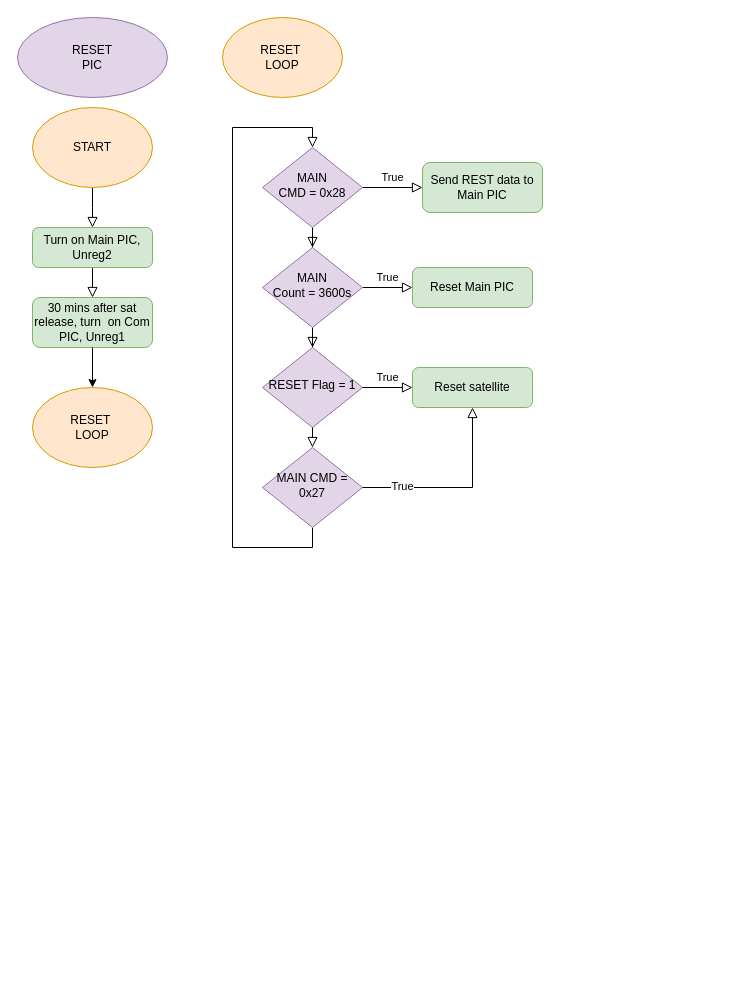
This is page "MAIN-PIC" (3 of 4) of Diagrams/pic_operations.drawio from BIRDSOpenSource/BIRDSRP-OBC, a draw.io file, before an edit. Source tidied: cells renumbered, new cells numbered last; positions are measured from the earlier drawing's top-left corner, leaving out a move shared by most shapes. Both pictures are drawn from the tidied source at 100%, with x=0, y=0 at pixel (17, 17).
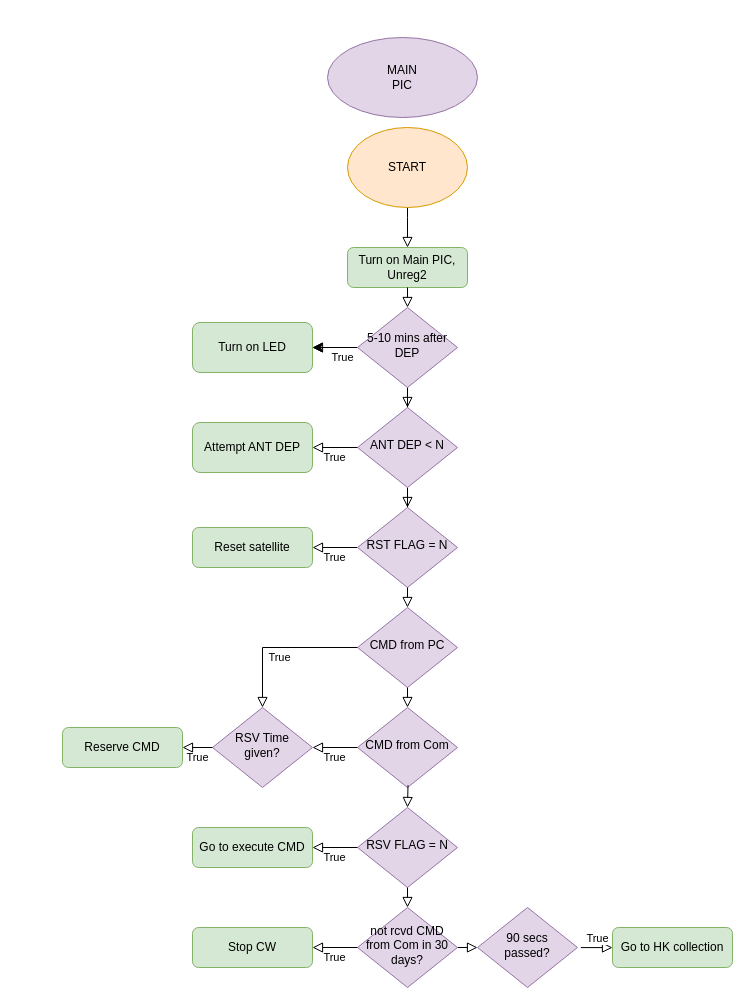
The same diagram, later.

The edit, as a diff of the source:
```diff
@@
-    <mxCell id="2" style="rounded=0;html=1;jettySize=auto;fontSize=11;endArrow=block;endFill=0;endSize=8;strokeWidth=1;shadow=0;labelBackgroundColor=none;edgeStyle=orthogonalEdgeStyle;exitX=0.5;exitY=1;exitDx=0;exitDy=0;entryX=0.5;entryY=0;entryDx=0;entryDy=0;" parent="1" edge="1" source="8" target="6">
+    <mxCell id="2" style="rounded=0;html=1;jettySize=auto;fontSize=11;endArrow=block;endFill=0;endSize=8;strokeWidth=1;shadow=0;labelBackgroundColor=none;edgeStyle=orthogonalEdgeStyle;exitX=0.5;exitY=1;exitDx=0;exitDy=0;" parent="1" edge="1" source="8">
       <mxGeometry relative="1" as="geometry">
+        <mxPoint x="390" y="230" as="targetPoint" />
         <Array as="points">
-          <mxPoint x="75" y="190" />
-          <mxPoint x="75" y="190" />
+          <mxPoint x="390" y="200" />
+          <mxPoint x="390" y="200" />
         </Array>
       </mxGeometry>
     </mxCell>
-    <mxCell id="3" style="edgeStyle=orthogonalEdgeStyle;rounded=0;html=1;jettySize=auto;fontSize=11;endArrow=block;endFill=0;endSize=8;strokeWidth=1;shadow=0;labelBackgroundColor=none;exitX=0.5;exitY=1;exitDx=0;exitDy=0;entryX=0.5;entryY=0;entryDx=0;entryDy=0;" parent="1" edge="1" source="6" target="4">
-      <mxGeometry y="10" relative="1" as="geometry" />
-    </mxCell>
-    <mxCell id="4" value="30 mins after sat release, turn&amp;nbsp; on Com PIC, Unreg1" style="rounded=1;whiteSpace=wrap;html=1;fontSize=12;glass=0;strokeWidth=1;shadow=0;fillColor=#d5e8d4;strokeColor=#82b366;" parent="1" vertex="1">
-      <mxGeometry x="15" y="280" width="120" height="50" as="geometry" />
+    <mxCell id="4" value="&lt;div&gt;Turn on LED&lt;/div&gt;" style="rounded=1;whiteSpace=wrap;html=1;fontSize=12;glass=0;strokeWidth=1;shadow=0;fillColor=#d5e8d4;strokeColor=#82b366;" parent="1" vertex="1">
+      <mxGeometry x="175" y="305" width="120" height="50" as="geometry" />
     </mxCell>
-    <mxCell id="5" style="edgeStyle=orthogonalEdgeStyle;rounded=0;jettySize=auto;html=1;exitX=0.5;exitY=1;exitDx=0;exitDy=0;entryX=0.5;entryY=0;entryDx=0;entryDy=0;" parent="1" edge="1" source="4" target="9">
-      <mxGeometry relative="1" as="geometry" />
-    </mxCell>
     <mxCell id="6" value="Turn on Main PIC, Unreg2" style="rounded=1;whiteSpace=wrap;html=1;fontSize=12;glass=0;strokeWidth=1;shadow=0;fillColor=#d5e8d4;strokeColor=#82b366;" parent="1" vertex="1">
-      <mxGeometry x="15" y="210" width="120" height="40" as="geometry" />
+      <mxGeometry x="330" y="230" width="120" height="40" as="geometry" />
     </mxCell>
-    <mxCell id="7" value="RESET&lt;div&gt;PIC&lt;/div&gt;" style="ellipse;whiteSpace=wrap;html=1;fillColor=#e1d5e7;strokeColor=#9673a6;" parent="1" vertex="1">
-      <mxGeometry width="150" height="80" as="geometry" />
+    <mxCell id="7" value="MAIN&lt;div&gt;PIC&lt;/div&gt;" style="ellipse;whiteSpace=wrap;html=1;fillColor=#e1d5e7;strokeColor=#9673a6;" parent="1" vertex="1">
+      <mxGeometry x="310" y="20" width="150" height="80" as="geometry" />
     </mxCell>
     <mxCell id="8" value="START" style="ellipse;whiteSpace=wrap;html=1;fillColor=#ffe6cc;strokeColor=#d79b00;" parent="1" vertex="1">
-      <mxGeometry x="15" y="90" width="120" height="80" as="geometry" />
+      <mxGeometry x="330" y="110" width="120" height="80" as="geometry" />
     </mxCell>
-    <mxCell id="9" value="RESET&amp;nbsp;&lt;div&gt;LOOP&lt;/div&gt;" style="ellipse;whiteSpace=wrap;html=1;fillColor=#ffe6cc;strokeColor=#d79b00;" parent="1" vertex="1">
-      <mxGeometry x="15" y="370" width="120" height="80" as="geometry" />
-    </mxCell>
-    <mxCell id="10" style="rounded=0;html=1;jettySize=auto;fontSize=11;endArrow=block;endFill=0;endSize=8;strokeWidth=1;shadow=0;labelBackgroundColor=none;edgeStyle=orthogonalEdgeStyle;entryX=0.5;entryY=0;entryDx=0;entryDy=0;exitX=0.5;exitY=1;exitDx=0;exitDy=0;" parent="1" edge="1" source="21" target="13">
-      <mxGeometry relative="1" as="geometry">
-        <Array as="points">
-          <mxPoint x="295" y="530" />
-          <mxPoint x="215" y="530" />
-          <mxPoint x="215" y="110" />
-          <mxPoint x="295" y="110" />
-        </Array>
-      </mxGeometry>
-    </mxCell>
@@
-    <mxCell id="12" value="True" style="edgeStyle=orthogonalEdgeStyle;rounded=0;html=1;jettySize=auto;fontSize=11;endArrow=block;endFill=0;endSize=8;strokeWidth=1;shadow=0;labelBackgroundColor=none;" parent="1" edge="1" source="13" target="14">
-      <mxGeometry y="10" relative="1" as="geometry" />
+    <mxCell id="12" value="True" style="edgeStyle=orthogonalEdgeStyle;rounded=0;html=1;jettySize=auto;fontSize=11;endArrow=block;endFill=0;endSize=8;strokeWidth=1;shadow=0;labelBackgroundColor=none;exitX=0;exitY=0.5;exitDx=0;exitDy=0;entryX=1;entryY=0.5;entryDx=0;entryDy=0;" parent="1" edge="1" source="13" target="4">
+      <mxGeometry x="-0.33" y="10" relative="1" as="geometry" />
     </mxCell>
+    <mxCell id="27" style="edgeStyle=none;curved=1;rounded=0;jettySize=auto;html=1;fontSize=12;startSize=8;endSize=8;" parent="1" edge="1" source="13" target="4">
+      <mxGeometry relative="1" as="geometry" />
+    </mxCell>
-    <mxCell id="13" value="&lt;div&gt;MAIN&lt;/div&gt;&lt;div&gt;CMD = 0x28&lt;/div&gt;" style="rhombus;whiteSpace=wrap;html=1;shadow=0;fontFamily=Helvetica;fontSize=12;align=center;strokeWidth=1;spacing=6;spacingTop=-4;fillColor=#e1d5e7;strokeColor=#9673a6;" parent="1" vertex="1">
-      <mxGeometry x="245" y="130" width="100" height="80" as="geometry" />
+    <mxCell id="13" value="&lt;div&gt;5-10 mins after DEP&lt;/div&gt;" style="rhombus;whiteSpace=wrap;html=1;shadow=0;fontFamily=Helvetica;fontSize=12;align=center;strokeWidth=1;spacing=6;spacingTop=-4;fillColor=#e1d5e7;strokeColor=#9673a6;" parent="1" vertex="1">
+      <mxGeometry x="340" y="290" width="100" height="80" as="geometry" />
     </mxCell>
-    <mxCell id="14" value="Send REST data to Main PIC" style="rounded=1;whiteSpace=wrap;html=1;fontSize=12;glass=0;strokeWidth=1;shadow=0;fillColor=#d5e8d4;strokeColor=#82b366;" parent="1" vertex="1">
-      <mxGeometry x="405" y="145" width="120" height="50" as="geometry" />
+    <mxCell id="14" value="&lt;div&gt;Attempt ANT DEP&lt;/div&gt;" style="rounded=1;whiteSpace=wrap;html=1;fontSize=12;glass=0;strokeWidth=1;shadow=0;fillColor=#d5e8d4;strokeColor=#82b366;" parent="1" vertex="1">
+      <mxGeometry x="175" y="405" width="120" height="50" as="geometry" />
     </mxCell>
@@
-    <mxCell id="16" value="True" style="edgeStyle=orthogonalEdgeStyle;rounded=0;html=1;jettySize=auto;fontSize=11;endArrow=block;endFill=0;endSize=8;strokeWidth=1;shadow=0;labelBackgroundColor=none;" parent="1" edge="1" source="17" target="18">
+    <mxCell id="16" value="True" style="edgeStyle=orthogonalEdgeStyle;rounded=0;html=1;jettySize=auto;fontSize=11;endArrow=block;endFill=0;endSize=8;strokeWidth=1;shadow=0;labelBackgroundColor=none;entryX=1;entryY=0.5;entryDx=0;entryDy=0;exitX=0;exitY=0.5;exitDx=0;exitDy=0;" parent="1" edge="1" source="20" target="18">
       <mxGeometry y="10" relative="1" as="geometry" />
     </mxCell>
-    <mxCell id="17" value="&lt;div&gt;MAIN&lt;/div&gt;&lt;div&gt;Count = 3600s&lt;/div&gt;" style="rhombus;whiteSpace=wrap;html=1;shadow=0;fontFamily=Helvetica;fontSize=12;align=center;strokeWidth=1;spacing=6;spacingTop=-4;fillColor=#e1d5e7;strokeColor=#9673a6;" parent="1" vertex="1">
-      <mxGeometry x="245" y="230" width="100" height="80" as="geometry" />
+    <mxCell id="17" value="&lt;div&gt;ANT DEP &amp;lt; N&lt;/div&gt;" style="rhombus;whiteSpace=wrap;html=1;shadow=0;fontFamily=Helvetica;fontSize=12;align=center;strokeWidth=1;spacing=6;spacingTop=-4;fillColor=#e1d5e7;strokeColor=#9673a6;" parent="1" vertex="1">
+      <mxGeometry x="340" y="390" width="100" height="80" as="geometry" />
     </mxCell>
-    <mxCell id="18" value="Reset Main PIC" style="rounded=1;whiteSpace=wrap;html=1;fontSize=12;glass=0;strokeWidth=1;shadow=0;fillColor=#d5e8d4;strokeColor=#82b366;" parent="1" vertex="1">
-      <mxGeometry x="395" y="250" width="120" height="40" as="geometry" />
+    <mxCell id="18" value="&lt;div&gt;Reset satellite&lt;/div&gt;" style="rounded=1;whiteSpace=wrap;html=1;fontSize=12;glass=0;strokeWidth=1;shadow=0;fillColor=#d5e8d4;strokeColor=#82b366;" parent="1" vertex="1">
+      <mxGeometry x="175" y="510" width="120" height="40" as="geometry" />
     </mxCell>
-    <mxCell id="19" value="RESET&amp;nbsp;&lt;div&gt;LOOP&lt;/div&gt;" style="ellipse;whiteSpace=wrap;html=1;fillColor=#ffe6cc;strokeColor=#d79b00;" parent="1" vertex="1">
-      <mxGeometry x="205" width="120" height="80" as="geometry" />
-    </mxCell>
-    <mxCell id="20" value="&lt;div&gt;RESET Flag = 1&lt;/div&gt;" style="rhombus;whiteSpace=wrap;html=1;shadow=0;fontFamily=Helvetica;fontSize=12;align=center;strokeWidth=1;spacing=6;spacingTop=-4;fillColor=#e1d5e7;strokeColor=#9673a6;" parent="1" vertex="1">
-      <mxGeometry x="245" y="330" width="100" height="80" as="geometry" />
+    <mxCell id="20" value="&lt;div&gt;RST FLAG = N&lt;/div&gt;" style="rhombus;whiteSpace=wrap;html=1;shadow=0;fontFamily=Helvetica;fontSize=12;align=center;strokeWidth=1;spacing=6;spacingTop=-4;fillColor=#e1d5e7;strokeColor=#9673a6;" parent="1" vertex="1">
+      <mxGeometry x="340" y="490" width="100" height="80" as="geometry" />
     </mxCell>
-    <mxCell id="21" value="&lt;div&gt;MAIN CMD = 0x27&lt;/div&gt;" style="rhombus;whiteSpace=wrap;html=1;shadow=0;fontFamily=Helvetica;fontSize=12;align=center;strokeWidth=1;spacing=6;spacingTop=-4;fillColor=#e1d5e7;strokeColor=#9673a6;" parent="1" vertex="1">
-      <mxGeometry x="245" y="430" width="100" height="80" as="geometry" />
+    <mxCell id="21" value="&lt;div&gt;CMD from PC&lt;/div&gt;" style="rhombus;whiteSpace=wrap;html=1;shadow=0;fontFamily=Helvetica;fontSize=12;align=center;strokeWidth=1;spacing=6;spacingTop=-4;fillColor=#e1d5e7;strokeColor=#9673a6;" parent="1" vertex="1">
+      <mxGeometry x="340" y="590" width="100" height="80" as="geometry" />
     </mxCell>
@@
-    <mxCell id="23" value="Reset satellite" style="rounded=1;whiteSpace=wrap;html=1;fontSize=12;glass=0;strokeWidth=1;shadow=0;fillColor=#d5e8d4;strokeColor=#82b366;" parent="1" vertex="1">
-      <mxGeometry x="395" y="350" width="120" height="40" as="geometry" />
+    <mxCell id="23" value="Go to HK collection" style="rounded=1;whiteSpace=wrap;html=1;fontSize=12;glass=0;strokeWidth=1;shadow=0;fillColor=#d5e8d4;strokeColor=#82b366;" parent="1" vertex="1">
+      <mxGeometry x="595" y="910" width="120" height="40" as="geometry" />
     </mxCell>
-    <mxCell id="24" value="True" style="edgeStyle=orthogonalEdgeStyle;rounded=0;html=1;jettySize=auto;fontSize=11;endArrow=block;endFill=0;endSize=8;strokeWidth=1;shadow=0;labelBackgroundColor=none;exitX=1;exitY=0.5;exitDx=0;exitDy=0;entryX=0;entryY=0.5;entryDx=0;entryDy=0;" parent="1" edge="1" source="20" target="23">
+    <mxCell id="24" value="True" style="edgeStyle=orthogonalEdgeStyle;rounded=0;html=1;jettySize=auto;fontSize=11;endArrow=block;endFill=0;endSize=8;strokeWidth=1;shadow=0;labelBackgroundColor=none;exitX=0;exitY=0.5;exitDx=0;exitDy=0;entryX=1;entryY=0.5;entryDx=0;entryDy=0;" parent="1" edge="1" source="17" target="14">
       <mxGeometry y="10" relative="1" as="geometry" />
     </mxCell>
-    <mxCell id="25" style="edgeStyle=orthogonalEdgeStyle;rounded=0;html=1;jettySize=auto;fontSize=11;endArrow=block;endFill=0;endSize=8;strokeWidth=1;shadow=0;labelBackgroundColor=none;exitX=1;exitY=0.5;exitDx=0;exitDy=0;entryX=0.5;entryY=1;entryDx=0;entryDy=0;" parent="1" edge="1" source="21" target="23">
+    <mxCell id="25" style="edgeStyle=orthogonalEdgeStyle;rounded=0;html=1;jettySize=auto;fontSize=11;endArrow=block;endFill=0;endSize=8;strokeWidth=1;shadow=0;labelBackgroundColor=none;exitX=1;exitY=0.5;exitDx=0;exitDy=0;entryX=0;entryY=0.5;entryDx=0;entryDy=0;" parent="1" edge="1" source="29" target="35">
       <mxGeometry y="10" relative="1" as="geometry" />
     </mxCell>
+    <mxCell id="28" value="&lt;div&gt;RSV Time given?&lt;/div&gt;" style="rhombus;whiteSpace=wrap;html=1;shadow=0;fontFamily=Helvetica;fontSize=12;align=center;strokeWidth=1;spacing=6;spacingTop=-4;fillColor=#e1d5e7;strokeColor=#9673a6;" parent="1" vertex="1">
+      <mxGeometry x="195" y="690" width="100" height="80" as="geometry" />
+    </mxCell>
+    <mxCell id="29" value="&lt;div&gt;not rcvd CMD from Com in 30 days?&lt;/div&gt;" style="rhombus;whiteSpace=wrap;html=1;shadow=0;fontFamily=Helvetica;fontSize=12;align=center;strokeWidth=1;spacing=6;spacingTop=-4;fillColor=#e1d5e7;strokeColor=#9673a6;" parent="1" vertex="1">
+      <mxGeometry x="340" y="890" width="100" height="80" as="geometry" />
+    </mxCell>
+    <mxCell id="30" value="&lt;div&gt;RSV FLAG = N&lt;/div&gt;" style="rhombus;whiteSpace=wrap;html=1;shadow=0;fontFamily=Helvetica;fontSize=12;align=center;strokeWidth=1;spacing=6;spacingTop=-4;fillColor=#e1d5e7;strokeColor=#9673a6;" parent="1" vertex="1">
+      <mxGeometry x="340" y="790" width="100" height="80" as="geometry" />
+    </mxCell>
+    <mxCell id="31" value="&lt;div&gt;CMD from Com&lt;/div&gt;" style="rhombus;whiteSpace=wrap;html=1;shadow=0;fontFamily=Helvetica;fontSize=12;align=center;strokeWidth=1;spacing=6;spacingTop=-4;fillColor=#e1d5e7;strokeColor=#9673a6;" parent="1" vertex="1">
+      <mxGeometry x="340" y="690" width="100" height="80" as="geometry" />
+    </mxCell>
+    <mxCell id="32" style="rounded=0;html=1;jettySize=auto;fontSize=11;endArrow=block;endFill=0;endSize=8;strokeWidth=1;shadow=0;labelBackgroundColor=none;edgeStyle=orthogonalEdgeStyle;entryX=0.5;entryY=0;entryDx=0;entryDy=0;exitX=0.505;exitY=0.972;exitDx=0;exitDy=0;exitPerimeter=0;" parent="1" edge="1" source="31" target="30">
+      <mxGeometry x="0.33" y="20" relative="1" as="geometry" />
+    </mxCell>
+    <mxCell id="33" style="rounded=0;html=1;jettySize=auto;fontSize=11;endArrow=block;endFill=0;endSize=8;strokeWidth=1;shadow=0;labelBackgroundColor=none;edgeStyle=orthogonalEdgeStyle;entryX=0.5;entryY=0;entryDx=0;entryDy=0;exitX=0.5;exitY=1;exitDx=0;exitDy=0;" parent="1" edge="1" source="30" target="29">
+      <mxGeometry x="0.33" y="20" relative="1" as="geometry" />
+    </mxCell>
+    <mxCell id="34" style="rounded=0;html=1;jettySize=auto;fontSize=11;endArrow=block;endFill=0;endSize=8;strokeWidth=1;shadow=0;labelBackgroundColor=none;edgeStyle=orthogonalEdgeStyle;entryX=0.5;entryY=0;entryDx=0;entryDy=0;exitX=0.5;exitY=1;exitDx=0;exitDy=0;" parent="1" edge="1" source="21" target="31">
+      <mxGeometry x="0.33" y="20" relative="1" as="geometry" />
+    </mxCell>
+    <mxCell id="35" value="&lt;div&gt;90 secs passed?&lt;/div&gt;" style="rhombus;whiteSpace=wrap;html=1;shadow=0;fontFamily=Helvetica;fontSize=12;align=center;strokeWidth=1;spacing=6;spacingTop=-4;fillColor=#e1d5e7;strokeColor=#9673a6;" parent="1" vertex="1">
+      <mxGeometry x="460" y="890" width="100" height="80" as="geometry" />
+    </mxCell>
+    <mxCell id="36" style="edgeStyle=orthogonalEdgeStyle;rounded=0;html=1;jettySize=auto;fontSize=11;endArrow=block;endFill=0;endSize=8;strokeWidth=1;shadow=0;labelBackgroundColor=none;exitX=1.033;exitY=0.501;exitDx=0;exitDy=0;entryX=0;entryY=0.5;entryDx=0;entryDy=0;exitPerimeter=0;" parent="1" edge="1" source="35" target="23">
+      <mxGeometry y="10" relative="1" as="geometry" />
+    </mxCell>
-    <mxCell id="26" value="True" style="edgeLabel;html=1;align=center;verticalAlign=middle;" parent="25" vertex="1">
-      <mxGeometry x="-0.59" y="2" relative="1" as="geometry" />
+    <mxCell id="26" value="True" style="edgeLabel;html=1;align=center;verticalAlign=middle;" parent="36" vertex="1">
+      <mxGeometry x="-0.59" y="2" relative="1" as="geometry">
+        <mxPoint x="9" y="-8" as="offset" />
+      </mxGeometry>
     </mxCell>
+    <mxCell id="37" value="True" style="edgeStyle=orthogonalEdgeStyle;rounded=0;html=1;jettySize=auto;fontSize=11;endArrow=block;endFill=0;endSize=8;strokeWidth=1;shadow=0;labelBackgroundColor=none;entryX=0.5;entryY=0;entryDx=0;entryDy=0;exitX=0;exitY=0.5;exitDx=0;exitDy=0;" parent="1" edge="1" source="21" target="28">
+      <mxGeometry y="10" relative="1" as="geometry" />
+    </mxCell>
+    <mxCell id="38" value="True" style="edgeStyle=orthogonalEdgeStyle;rounded=0;html=1;jettySize=auto;fontSize=11;endArrow=block;endFill=0;endSize=8;strokeWidth=1;shadow=0;labelBackgroundColor=none;entryX=1;entryY=0.5;entryDx=0;entryDy=0;exitX=0;exitY=0.5;exitDx=0;exitDy=0;" parent="1" edge="1" source="31" target="28">
+      <mxGeometry y="10" relative="1" as="geometry" />
+    </mxCell>
+    <mxCell id="39" value="True" style="edgeStyle=orthogonalEdgeStyle;rounded=0;html=1;jettySize=auto;fontSize=11;endArrow=block;endFill=0;endSize=8;strokeWidth=1;shadow=0;labelBackgroundColor=none;entryX=1;entryY=0.5;entryDx=0;entryDy=0;exitX=0;exitY=0.5;exitDx=0;exitDy=0;" parent="1" edge="1" source="28" target="40">
+      <mxGeometry y="10" relative="1" as="geometry" />
+    </mxCell>
+    <mxCell id="40" value="&lt;div&gt;Reserve CMD&lt;/div&gt;" style="rounded=1;whiteSpace=wrap;html=1;fontSize=12;glass=0;strokeWidth=1;shadow=0;fillColor=#d5e8d4;strokeColor=#82b366;" parent="1" vertex="1">
+      <mxGeometry x="45" y="710" width="120" height="40" as="geometry" />
+    </mxCell>
+    <mxCell id="41" value="&lt;div&gt;Go to execute CMD&lt;/div&gt;" style="rounded=1;whiteSpace=wrap;html=1;fontSize=12;glass=0;strokeWidth=1;shadow=0;fillColor=#d5e8d4;strokeColor=#82b366;" parent="1" vertex="1">
+      <mxGeometry x="175" y="810" width="120" height="40" as="geometry" />
+    </mxCell>
+    <mxCell id="42" value="&lt;div&gt;Stop CW&lt;/div&gt;" style="rounded=1;whiteSpace=wrap;html=1;fontSize=12;glass=0;strokeWidth=1;shadow=0;fillColor=#d5e8d4;strokeColor=#82b366;" parent="1" vertex="1">
+      <mxGeometry x="175" y="910" width="120" height="40" as="geometry" />
+    </mxCell>
+    <mxCell id="43" style="rounded=0;html=1;jettySize=auto;fontSize=11;endArrow=block;endFill=0;endSize=8;strokeWidth=1;shadow=0;labelBackgroundColor=none;edgeStyle=orthogonalEdgeStyle;exitX=0.5;exitY=1;exitDx=0;exitDy=0;entryX=0.5;entryY=0;entryDx=0;entryDy=0;" parent="1" edge="1" source="6" target="13">
+      <mxGeometry y="20" relative="1" as="geometry" />
+    </mxCell>
+    <mxCell id="44" value="True" style="edgeStyle=orthogonalEdgeStyle;rounded=0;html=1;jettySize=auto;fontSize=11;endArrow=block;endFill=0;endSize=8;strokeWidth=1;shadow=0;labelBackgroundColor=none;entryX=1;entryY=0.5;entryDx=0;entryDy=0;exitX=0;exitY=0.5;exitDx=0;exitDy=0;" parent="1" edge="1" source="29" target="42">
+      <mxGeometry y="10" relative="1" as="geometry" />
+    </mxCell>
+    <mxCell id="45" value="True" style="edgeStyle=orthogonalEdgeStyle;rounded=0;html=1;jettySize=auto;fontSize=11;endArrow=block;endFill=0;endSize=8;strokeWidth=1;shadow=0;labelBackgroundColor=none;entryX=1;entryY=0.5;entryDx=0;entryDy=0;exitX=0;exitY=0.5;exitDx=0;exitDy=0;" parent="1" edge="1" source="30" target="41">
+      <mxGeometry y="10" relative="1" as="geometry" />
+    </mxCell>
```
